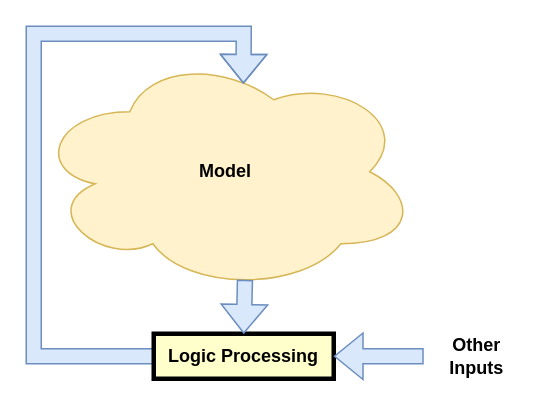
malcolmlett/malcolmlett.github.io keeps this draw.io diagram as page "model" (2 of 7) of files/A-theory-of-consciousness-v2.drawio. Above is the earlier version. Source tidied: cells renumbered, new cells numbered last; positions are measured from the earlier drawing's top-left corner, leaving out a move shared by most shapes. Both pictures are drawn from the tidied source at 150%, with x=0, y=0 at pixel (33, 33).
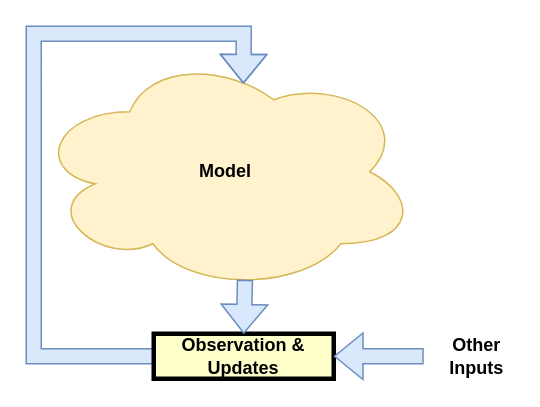
The same diagram, later.

Diff of the diagram source:
```diff
@@
 <mxGraphModel>
   <root>
     <mxCell id="0" />
     <mxCell id="1" parent="0" />
     <mxCell id="2" value="Model" style="ellipse;shape=cloud;whiteSpace=wrap;html=1;align=center;fillColor=#fff2cc;strokeColor=#d6b656;fontStyle=1;" parent="1" vertex="1">
       <mxGeometry y="12" width="256" height="160" as="geometry" />
     </mxCell>
     <mxCell id="3" style="rounded=0;jettySize=auto;html=1;shape=flexArrow;fillColor=#dae8fc;strokeColor=#6c8ebf;exitX=0;exitY=0.5;exitDx=0;exitDy=0;entryX=0.546;entryY=0.133;entryDx=0;entryDy=0;entryPerimeter=0;" parent="1" edge="1" source="4" target="2">
       <mxGeometry relative="1" as="geometry">
         <Array as="points">
           <mxPoint y="215" />
           <mxPoint />
           <mxPoint x="140" />
         </Array>
       </mxGeometry>
     </mxCell>
-    <mxCell id="4" value="Logic Processing" style="whiteSpace=wrap;align=center;verticalAlign=middle;fontStyle=1;strokeWidth=3;fillColor=#FFFFCC;" parent="1" vertex="1">
+    <mxCell id="4" value="Observation &amp; Updates" style="whiteSpace=wrap;align=center;verticalAlign=middle;fontStyle=1;strokeWidth=3;fillColor=#FFFFCC;" parent="1" vertex="1">
       <mxGeometry x="80" y="200" width="120" height="30" as="geometry" />
     </mxCell>
     <mxCell id="5" style="rounded=0;jettySize=auto;html=1;shape=flexArrow;fillColor=#dae8fc;strokeColor=#6c8ebf;entryX=1;entryY=0.5;entryDx=0;entryDy=0;" parent="1" edge="1" target="4">
       <mxGeometry relative="1" as="geometry">
         <mxPoint x="260" y="215" as="sourcePoint" />
       </mxGeometry>
     </mxCell>
     <mxCell id="6" value="Other&lt;br&gt;Inputs" style="text;html=1;align=center;verticalAlign=middle;fontStyle=1;" parent="1" vertex="1">
       <mxGeometry x="270" y="200" width="50" height="30" as="geometry" />
     </mxCell>
     <mxCell id="7" style="rounded=0;jettySize=auto;html=1;shape=flexArrow;fillColor=#dae8fc;strokeColor=#6c8ebf;entryX=0.5;entryY=0;entryDx=0;entryDy=0;exitX=0.55;exitY=0.95;exitDx=0;exitDy=0;exitPerimeter=0;" parent="1" edge="1" source="2" target="4">
       <mxGeometry relative="1" as="geometry" />
     </mxCell>
   </root>
 </mxGraphModel>
```
